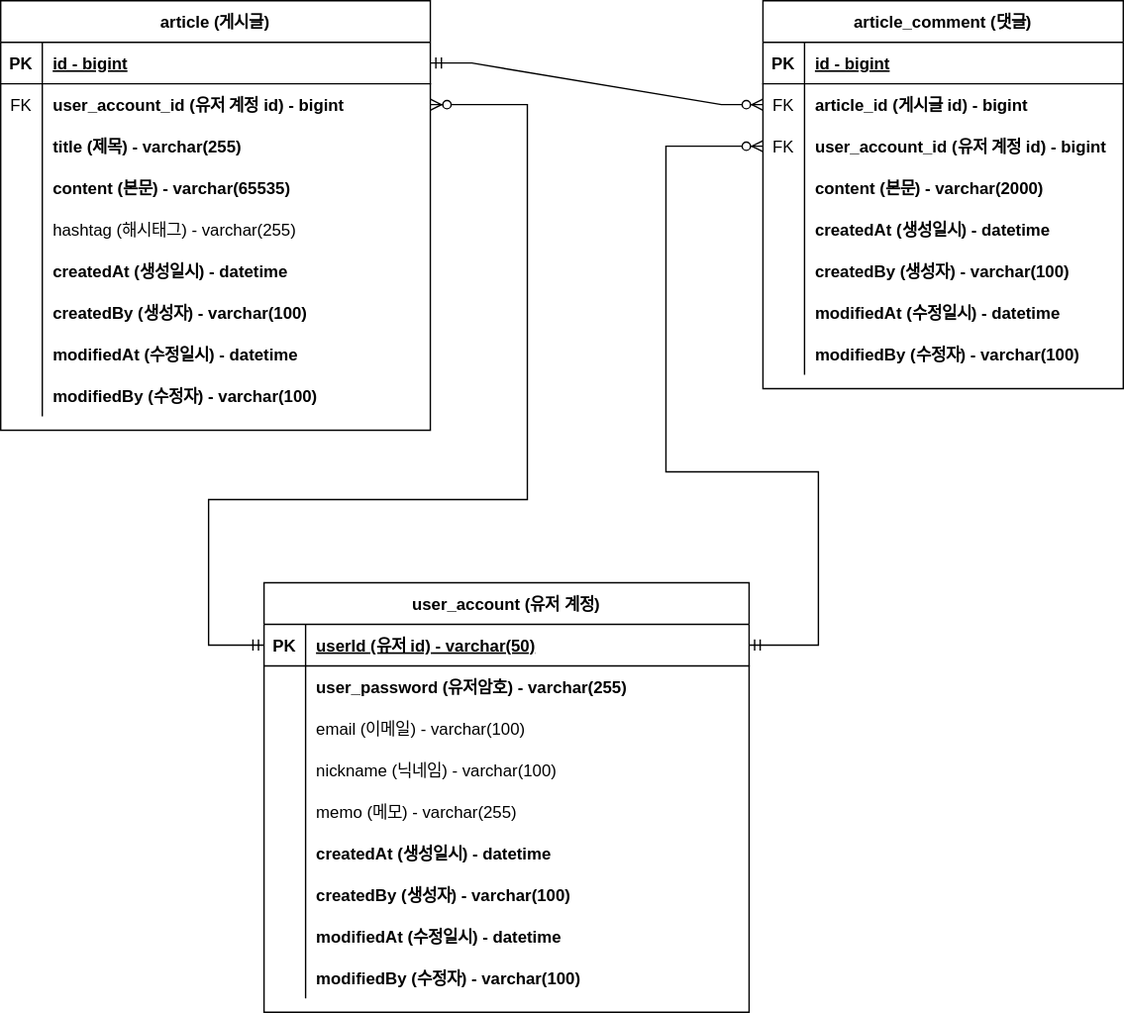
aufsprit/FC-project-board keeps this draw.io diagram as documents/project-board-erd.svg. Above is the earlier version. Source tidied: cells renumbered, new cells last; positions are measured from the earlier drawing's top-left corner, leaving out a move shared by most shapes.
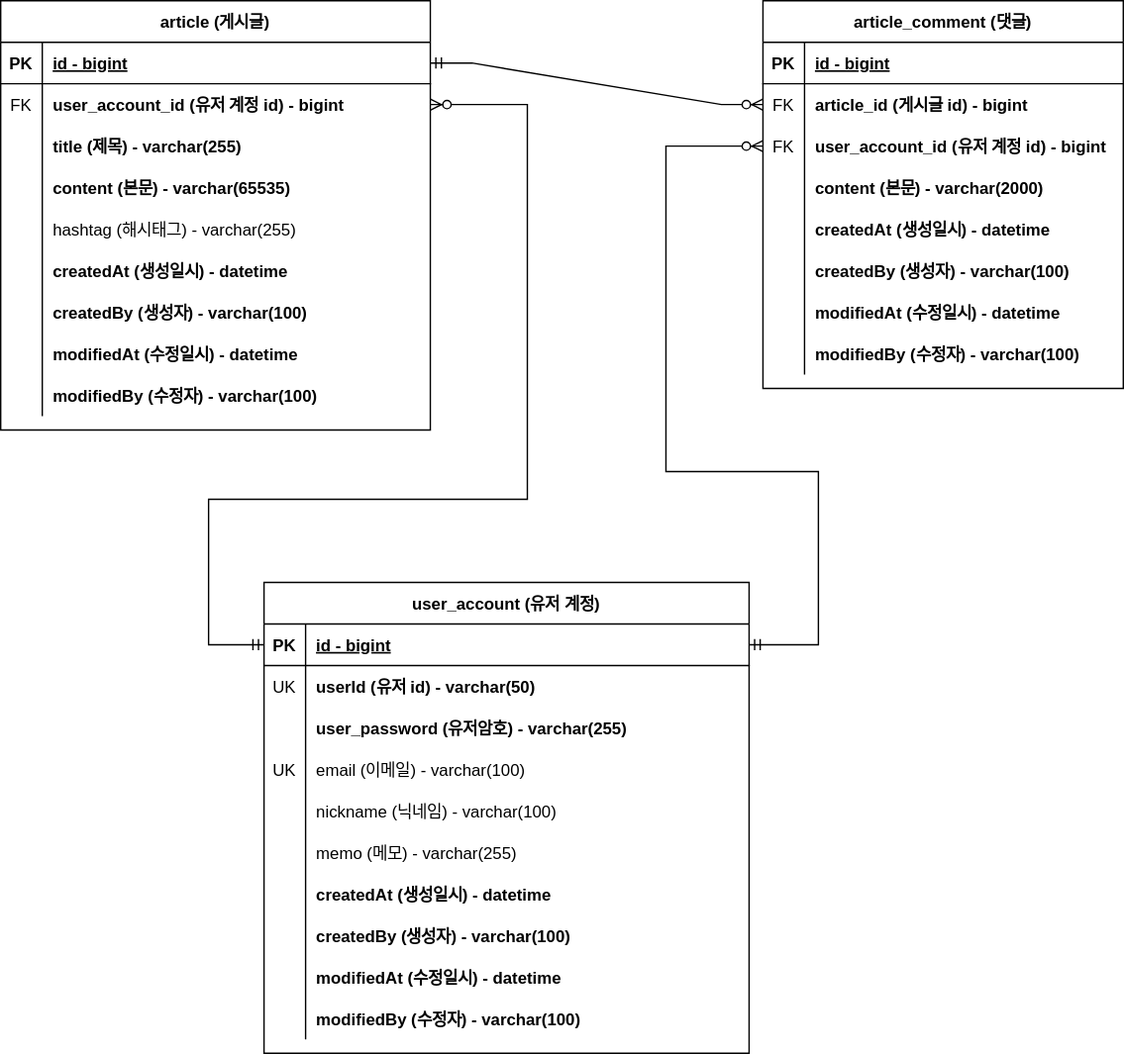
Above is the later version.

Commit message:
#24 - 잘못된 도메인 수정

email erd 업데이트

What changed in the source:
```diff
@@ -165,7 +165,7 @@
       <mxGeometry relative="1" as="geometry" />
     </mxCell>
     <mxCell id="56" value="user_account (유저 계정)" style="shape=table;startSize=30;rowLines=0;fontStyle=1;align=center;" parent="1" vertex="1">
-      <mxGeometry x="190" y="420" width="350" height="310" as="geometry" />
+      <mxGeometry x="190" y="420" width="350" height="340" as="geometry" />
     </mxCell>
     <mxCell id="57" style="shape=tableRow;horizontal=0;startSize=0;swimlaneHead=0;swimlaneBody=0;fillColor=none;points=[[0,0.5],[1,0.5]];portConstraint=eastwest;top=0;left=0;right=0;bottom=1;" parent="56" vertex="1">
       <mxGeometry y="30" width="350" height="30" as="geometry" />
@@ -173,11 +173,20 @@
     <mxCell id="58" value="PK" style="shape=partialRectangle;fillColor=none;top=0;left=0;bottom=0;right=0;fontStyle=1;overflow=hidden;" parent="57" vertex="1">
       <mxGeometry width="30" height="30" as="geometry" />
     </mxCell>
-    <mxCell id="59" value="userId (유저 id) - varchar(50)" style="shape=partialRectangle;fillColor=none;top=0;left=0;bottom=0;right=0;align=left;spacingLeft=6;fontStyle=5;overflow=hidden;" parent="57" vertex="1">
+    <mxCell id="59" value="id - bigint" style="shape=partialRectangle;fillColor=none;top=0;left=0;bottom=0;right=0;align=left;spacingLeft=6;fontStyle=5;overflow=hidden;" parent="57" vertex="1">
       <mxGeometry x="30" width="320" height="30" as="geometry" />
     </mxCell>
+    <mxCell id="86" style="shape=tableRow;horizontal=0;startSize=0;swimlaneHead=0;swimlaneBody=0;fillColor=none;top=0;left=0;right=0;bottom=0;" parent="56" vertex="1">
+      <mxGeometry y="60" width="350" height="30" as="geometry" />
+    </mxCell>
+    <mxCell id="87" value="UK" style="shape=partialRectangle;fillColor=none;top=0;left=0;bottom=0;right=0;overflow=hidden;" parent="86" vertex="1">
+      <mxGeometry width="30" height="30" as="geometry" />
+    </mxCell>
+    <mxCell id="88" value="userId (유저 id) - varchar(50)" style="shape=partialRectangle;fillColor=none;top=0;left=0;bottom=0;right=0;align=left;spacingLeft=6;overflow=hidden;fontStyle=1;" parent="86" vertex="1">
+      <mxGeometry x="30" width="320" height="30" as="geometry" />
+    </mxCell>
     <mxCell id="60" style="shape=tableRow;horizontal=0;startSize=0;swimlaneHead=0;swimlaneBody=0;fillColor=none;top=0;left=0;right=0;bottom=0;" parent="56" vertex="1">
-      <mxGeometry y="60" width="350" height="30" as="geometry" />
+      <mxGeometry y="90" width="350" height="30" as="geometry" />
     </mxCell>
     <mxCell id="61" style="shape=partialRectangle;fillColor=none;top=0;left=0;bottom=0;right=0;overflow=hidden;" parent="60" vertex="1">
       <mxGeometry width="30" height="30" as="geometry" />
@@ -186,16 +195,16 @@
       <mxGeometry x="30" width="320" height="30" as="geometry" />
     </mxCell>
     <mxCell id="63" style="shape=tableRow;horizontal=0;startSize=0;swimlaneHead=0;swimlaneBody=0;fillColor=none;top=0;left=0;right=0;bottom=0;" parent="56" vertex="1">
-      <mxGeometry y="90" width="350" height="30" as="geometry" />
+      <mxGeometry y="120" width="350" height="30" as="geometry" />
     </mxCell>
-    <mxCell id="64" style="shape=partialRectangle;fillColor=none;top=0;left=0;bottom=0;right=0;overflow=hidden;" parent="63" vertex="1">
+    <mxCell id="64" value="UK" style="shape=partialRectangle;fillColor=none;top=0;left=0;bottom=0;right=0;overflow=hidden;" parent="63" vertex="1">
       <mxGeometry width="30" height="30" as="geometry" />
     </mxCell>
     <mxCell id="65" value="email (이메일) - varchar(100)" style="shape=partialRectangle;fillColor=none;top=0;left=0;bottom=0;right=0;align=left;spacingLeft=6;overflow=hidden;" parent="63" vertex="1">
       <mxGeometry x="30" width="320" height="30" as="geometry" />
     </mxCell>
     <mxCell id="66" style="shape=tableRow;horizontal=0;startSize=0;swimlaneHead=0;swimlaneBody=0;fillColor=none;top=0;left=0;right=0;bottom=0;" parent="56" vertex="1">
-      <mxGeometry y="120" width="350" height="30" as="geometry" />
+      <mxGeometry y="150" width="350" height="30" as="geometry" />
     </mxCell>
     <mxCell id="67" style="shape=partialRectangle;fillColor=none;top=0;left=0;bottom=0;right=0;overflow=hidden;" parent="66" vertex="1">
       <mxGeometry width="30" height="30" as="geometry" />
@@ -204,7 +213,7 @@
       <mxGeometry x="30" width="320" height="30" as="geometry" />
     </mxCell>
     <mxCell id="69" style="shape=tableRow;horizontal=0;startSize=0;swimlaneHead=0;swimlaneBody=0;fillColor=none;top=0;left=0;right=0;bottom=0;" parent="56" vertex="1">
-      <mxGeometry y="150" width="350" height="30" as="geometry" />
+      <mxGeometry y="180" width="350" height="30" as="geometry" />
     </mxCell>
     <mxCell id="70" style="shape=partialRectangle;fillColor=none;top=0;left=0;bottom=0;right=0;overflow=hidden;" parent="69" vertex="1">
       <mxGeometry width="30" height="30" as="geometry" />
@@ -213,7 +222,7 @@
       <mxGeometry x="30" width="320" height="30" as="geometry" />
     </mxCell>
     <mxCell id="72" style="shape=tableRow;horizontal=0;startSize=0;swimlaneHead=0;swimlaneBody=0;fillColor=none;top=0;left=0;right=0;bottom=0;" parent="56" vertex="1">
-      <mxGeometry y="180" width="350" height="30" as="geometry" />
+      <mxGeometry y="210" width="350" height="30" as="geometry" />
     </mxCell>
     <mxCell id="73" style="shape=partialRectangle;fillColor=none;top=0;left=0;bottom=0;right=0;overflow=hidden;" parent="72" vertex="1">
       <mxGeometry width="30" height="30" as="geometry" />
@@ -222,7 +231,7 @@
       <mxGeometry x="30" width="320" height="30" as="geometry" />
     </mxCell>
     <mxCell id="75" style="shape=tableRow;horizontal=0;startSize=0;swimlaneHead=0;swimlaneBody=0;fillColor=none;top=0;left=0;right=0;bottom=0;" parent="56" vertex="1">
-      <mxGeometry y="210" width="350" height="30" as="geometry" />
+      <mxGeometry y="240" width="350" height="30" as="geometry" />
     </mxCell>
     <mxCell id="76" style="shape=partialRectangle;fillColor=none;top=0;left=0;bottom=0;right=0;overflow=hidden;" parent="75" vertex="1">
       <mxGeometry width="30" height="30" as="geometry" />
@@ -231,7 +240,7 @@
       <mxGeometry x="30" width="320" height="30" as="geometry" />
     </mxCell>
     <mxCell id="78" style="shape=tableRow;horizontal=0;startSize=0;swimlaneHead=0;swimlaneBody=0;fillColor=none;top=0;left=0;right=0;bottom=0;" parent="56" vertex="1">
-      <mxGeometry y="240" width="350" height="30" as="geometry" />
+      <mxGeometry y="270" width="350" height="30" as="geometry" />
     </mxCell>
     <mxCell id="79" style="shape=partialRectangle;fillColor=none;top=0;left=0;bottom=0;right=0;overflow=hidden;" parent="78" vertex="1">
       <mxGeometry width="30" height="30" as="geometry" />
@@ -240,7 +249,7 @@
       <mxGeometry x="30" width="320" height="30" as="geometry" />
     </mxCell>
     <mxCell id="81" style="shape=tableRow;horizontal=0;startSize=0;swimlaneHead=0;swimlaneBody=0;fillColor=none;top=0;left=0;right=0;bottom=0;" parent="56" vertex="1">
-      <mxGeometry y="270" width="350" height="30" as="geometry" />
+      <mxGeometry y="300" width="350" height="30" as="geometry" />
     </mxCell>
     <mxCell id="82" style="shape=partialRectangle;fillColor=none;top=0;left=0;bottom=0;right=0;overflow=hidden;" parent="81" vertex="1">
       <mxGeometry width="30" height="30" as="geometry" />
```
